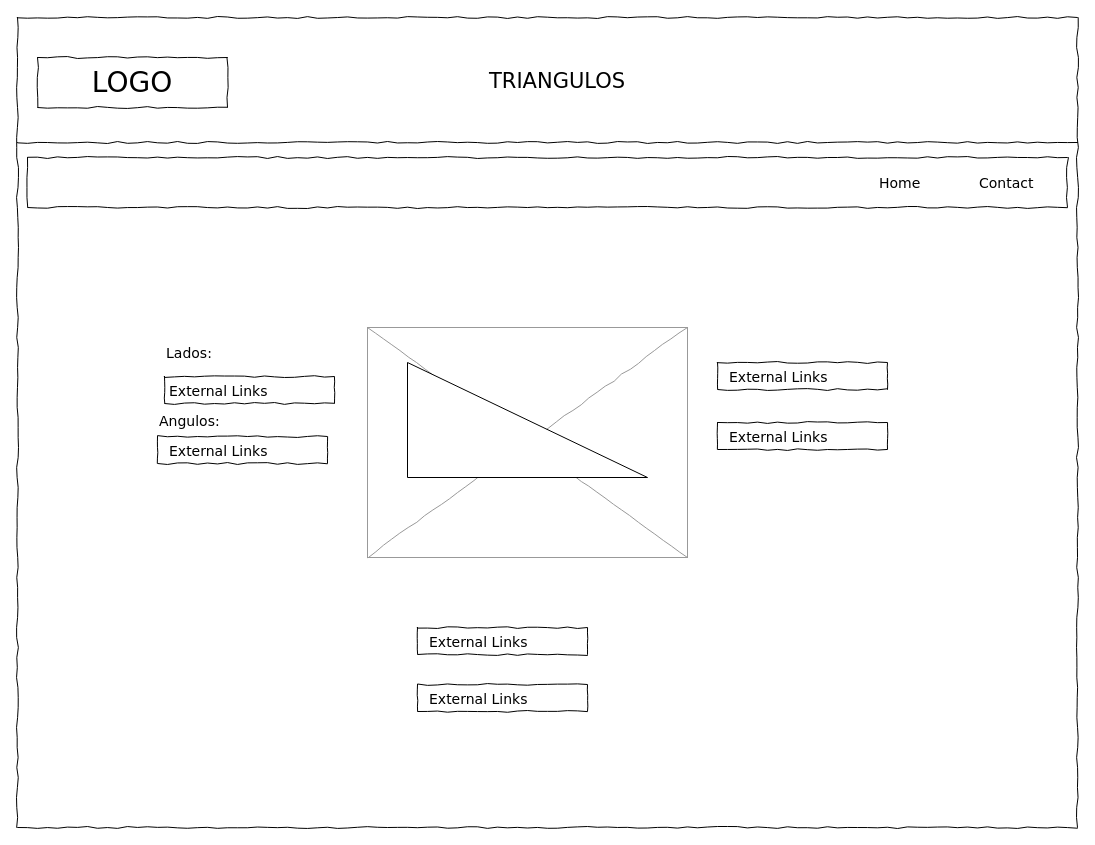
Above: Diagrama sin título.drawio in kjarj54/TeoriadeTriangulos (draw.io), before the change. Source tidied: cells renumbered, new cells numbered last; positions are measured from the earlier drawing's top-left corner, leaving out a move shared by most shapes. Both pictures are drawn from the tidied source at 100%, with x=0, y=0 at pixel (17, 17).
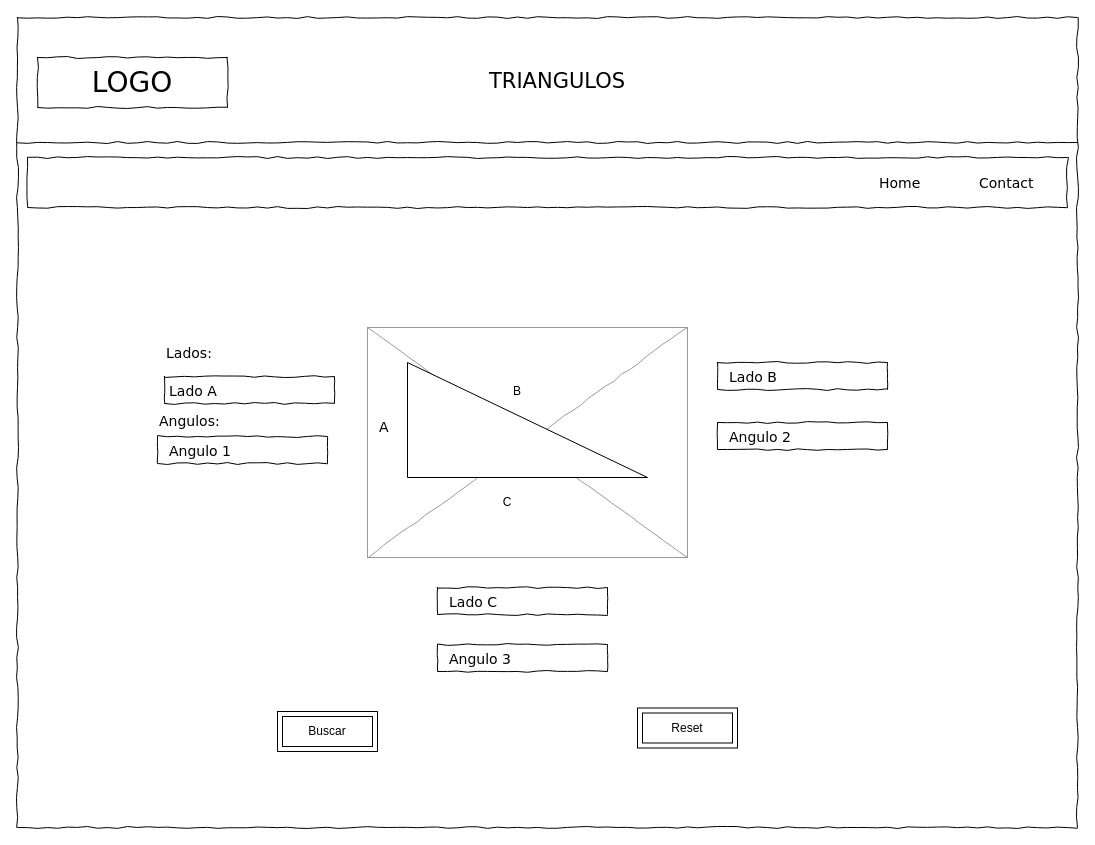
The same page after the edit.

Change to the diagram source:
```diff
@@
     <mxCell id="10" style="whiteSpace=wrap;html=1;rounded=0;shadow=0;labelBackgroundColor=none;strokeWidth=1;fillColor=none;fontFamily=Verdana;fontSize=12;align=center;comic=1;" parent="1" vertex="1">
-      <mxGeometry x="400" y="610" width="170" height="27" as="geometry" />
+      <mxGeometry x="420" y="570" width="170" height="27" as="geometry" />
     </mxCell>
-    <mxCell id="11" value="External Links" style="text;html=1;align=left;verticalAlign=top;spacingTop=-4;fontSize=14;fontFamily=Verdana;" parent="1" vertex="1">
-      <mxGeometry x="410" y="613.5" width="120" height="20" as="geometry" />
+    <mxCell id="11" value="Lado C" style="text;html=1;align=left;verticalAlign=top;spacingTop=-4;fontSize=14;fontFamily=Verdana;" parent="1" vertex="1">
+      <mxGeometry x="430" y="573.5" width="120" height="20" as="geometry" />
     </mxCell>
@@
-    <mxCell id="13" value="External Links" style="text;html=1;align=left;verticalAlign=top;spacingTop=-4;fontSize=14;fontFamily=Verdana;" parent="1" vertex="1">
+    <mxCell id="13" value="Lado B" style="text;html=1;align=left;verticalAlign=top;spacingTop=-4;fontSize=14;fontFamily=Verdana;" parent="1" vertex="1">
       <mxGeometry x="710" y="348.5" width="120" height="20" as="geometry" />
     </mxCell>
     <mxCell id="14" style="whiteSpace=wrap;html=1;rounded=0;shadow=0;labelBackgroundColor=none;strokeWidth=1;fillColor=none;fontFamily=Verdana;fontSize=12;align=center;comic=1;" parent="1" vertex="1">
-      <mxGeometry x="400" y="667" width="170" height="27" as="geometry" />
+      <mxGeometry x="420" y="627" width="170" height="27" as="geometry" />
     </mxCell>
-    <mxCell id="15" value="External Links" style="text;html=1;align=left;verticalAlign=top;spacingTop=-4;fontSize=14;fontFamily=Verdana;" parent="1" vertex="1">
-      <mxGeometry x="410" y="670.5" width="120" height="20" as="geometry" />
+    <mxCell id="15" value="Angulo 3" style="text;html=1;align=left;verticalAlign=top;spacingTop=-4;fontSize=14;fontFamily=Verdana;" parent="1" vertex="1">
+      <mxGeometry x="430" y="630.5" width="120" height="20" as="geometry" />
     </mxCell>
@@
-    <mxCell id="17" value="External Links" style="text;html=1;align=left;verticalAlign=top;spacingTop=-4;fontSize=14;fontFamily=Verdana;" parent="1" vertex="1">
+    <mxCell id="17" value="Angulo 2" style="text;html=1;align=left;verticalAlign=top;spacingTop=-4;fontSize=14;fontFamily=Verdana;" parent="1" vertex="1">
       <mxGeometry x="710" y="408.5" width="120" height="20" as="geometry" />
     </mxCell>
@@
-    <mxCell id="19" value="External Links" style="text;html=1;align=left;verticalAlign=top;spacingTop=-4;fontSize=14;fontFamily=Verdana;" parent="1" vertex="1">
+    <mxCell id="19" value="Angulo 1" style="text;html=1;align=left;verticalAlign=top;spacingTop=-4;fontSize=14;fontFamily=Verdana;" parent="1" vertex="1">
       <mxGeometry x="150" y="422.5" width="120" height="20" as="geometry" />
     </mxCell>
@@
-    <mxCell id="21" value="External Links" style="text;html=1;align=left;verticalAlign=top;spacingTop=-4;fontSize=14;fontFamily=Verdana;" parent="1" vertex="1">
+    <mxCell id="21" value="Lado A" style="text;html=1;align=left;verticalAlign=top;spacingTop=-4;fontSize=14;fontFamily=Verdana;" parent="1" vertex="1">
       <mxGeometry x="150" y="362.5" width="120" height="20" as="geometry" />
     </mxCell>
@@
+    <mxCell id="25" value="Buscar" style="shape=ext;margin=3;double=1;whiteSpace=wrap;html=1;align=center;" parent="1" vertex="1">
+      <mxGeometry x="260" y="694" width="100" height="40" as="geometry" />
+    </mxCell>
+    <mxCell id="26" value="Reset" style="shape=ext;margin=3;double=1;whiteSpace=wrap;html=1;align=center;" parent="1" vertex="1">
+      <mxGeometry x="620" y="690.5" width="100" height="40" as="geometry" />
+    </mxCell>
+    <mxCell id="27" value="A" style="text;html=1;align=left;verticalAlign=top;spacingTop=-4;fontSize=14;fontFamily=Verdana;" parent="1" vertex="1">
+      <mxGeometry x="360" y="399" width="20" height="20" as="geometry" />
+    </mxCell>
+    <mxCell id="28" value="B" style="text;html=1;align=center;verticalAlign=middle;whiteSpace=wrap;rounded=0;" parent="1" vertex="1">
+      <mxGeometry x="470" y="359" width="60" height="30" as="geometry" />
+    </mxCell>
+    <mxCell id="29" value="C" style="text;html=1;align=center;verticalAlign=middle;whiteSpace=wrap;rounded=0;" parent="1" vertex="1">
+      <mxGeometry x="460" y="470" width="60" height="30" as="geometry" />
+    </mxCell>
```
